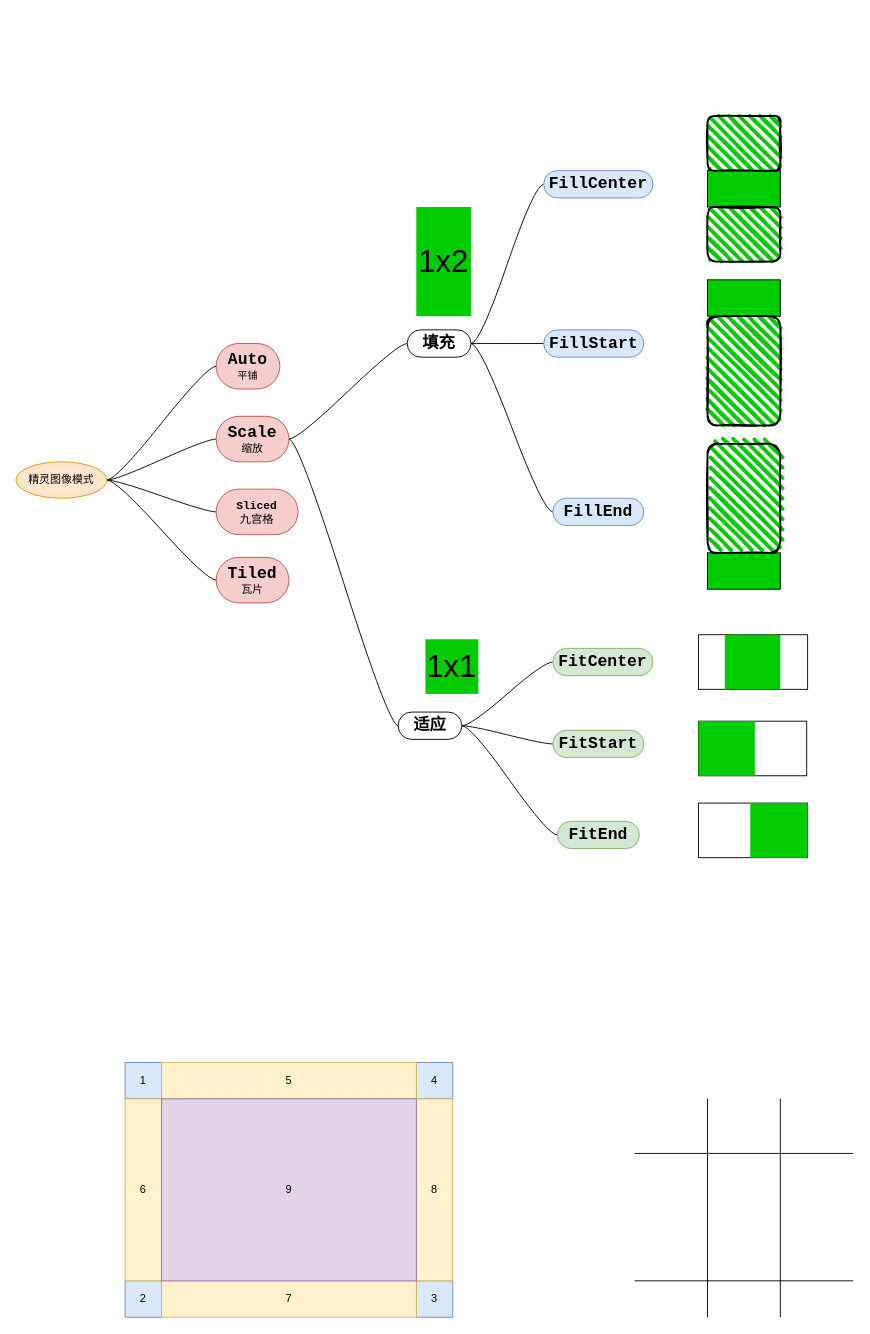
This is page "精灵的图像拉伸模式" (8 of 8) of bevy-0.17.drawio from topkg/graph, a draw.io file, before an edit. Source tidied: cells renumbered, new cells numbered last; positions are measured from the earlier drawing's top-left corner, leaving out a move shared by most shapes. Both pictures are drawn from the tidied source at 91%, with x=0, y=0 at pixel (15, 116).
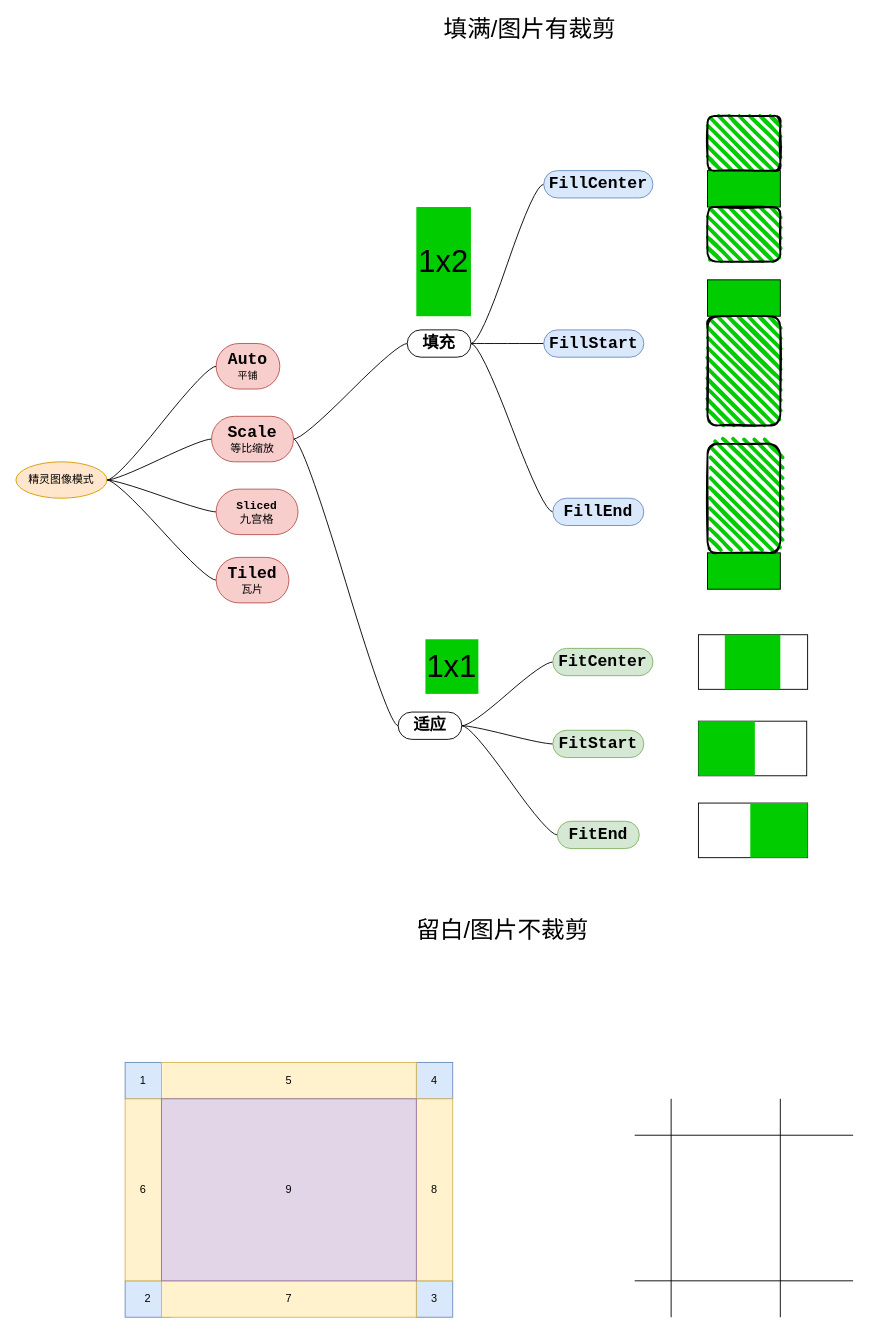
The same diagram, later.

What changed in the source:
```diff
@@
-    <mxCell id="26" value="&lt;h3 class=&quot;code-header&quot; style=&quot;box-sizing: border-box; scrollbar-width: initial; scrollbar-color: rgba(36, 37, 39, 0.6) rgb(217, 217, 217); font-size: 1.125rem; margin: 0px; padding: 0px; font-family: &amp;quot;Fira Mono&amp;quot;, monospace; white-space-collapse: preserve; text-align: left;&quot;&gt;Scale&lt;/h3&gt;&lt;div&gt;缩放&lt;/div&gt;" style="whiteSpace=wrap;html=1;rounded=1;arcSize=50;align=center;verticalAlign=middle;strokeWidth=1;spacing=4;newEdgeStyle={&quot;edgeStyle&quot;:&quot;entityRelationEdgeStyle&quot;,&quot;startArrow&quot;:&quot;none&quot;,&quot;endArrow&quot;:&quot;none&quot;,&quot;segment&quot;:10,&quot;curved&quot;:1,&quot;sourcePerimeterSpacing&quot;:0,&quot;targetPerimeterSpacing&quot;:0};fillColor=#f8cecc;strokeColor=#b85450;labelBackgroundColor=none;" parent="1" vertex="1">
-      <mxGeometry x="220" y="330" width="80" height="50" as="geometry" />
+    <mxCell id="26" value="&lt;h3 class=&quot;code-header&quot; style=&quot;box-sizing: border-box; scrollbar-width: initial; scrollbar-color: rgba(36, 37, 39, 0.6) rgb(217, 217, 217); font-size: 1.125rem; margin: 0px; padding: 0px; font-family: &amp;quot;Fira Mono&amp;quot;, monospace; white-space-collapse: preserve; text-align: left;&quot;&gt;Scale&lt;/h3&gt;&lt;div&gt;等比缩放&lt;/div&gt;" style="whiteSpace=wrap;html=1;rounded=1;arcSize=50;align=center;verticalAlign=middle;strokeWidth=1;spacing=4;newEdgeStyle={&quot;edgeStyle&quot;:&quot;entityRelationEdgeStyle&quot;,&quot;startArrow&quot;:&quot;none&quot;,&quot;endArrow&quot;:&quot;none&quot;,&quot;segment&quot;:10,&quot;curved&quot;:1,&quot;sourcePerimeterSpacing&quot;:0,&quot;targetPerimeterSpacing&quot;:0};fillColor=#f8cecc;strokeColor=#b85450;labelBackgroundColor=none;" parent="1" vertex="1">
+      <mxGeometry x="215" y="330" width="90" height="50" as="geometry" />
     </mxCell>
@@
     <mxCell id="43" value="2" style="rounded=0;whiteSpace=wrap;html=1;fillColor=#dae8fc;strokeColor=#6c8ebf;" parent="1" vertex="1">
-      <mxGeometry x="120" y="1280" width="40" height="40" as="geometry" />
+      <mxGeometry x="120" y="1280" width="50" height="40" as="geometry" />
     </mxCell>
@@
     <mxCell id="51" style="endArrow=none;html=1;rounded=0;" parent="1" edge="1">
       <mxGeometry relative="1" as="geometry">
-        <mxPoint x="760" y="1320" as="sourcePoint" />
-        <mxPoint x="760" y="1080" as="targetPoint" />
+        <mxPoint x="720" y="1320" as="sourcePoint" />
+        <mxPoint x="720" y="1080" as="targetPoint" />
       </mxGeometry>
     </mxCell>
@@
     <mxCell id="53" style="endArrow=none;html=1;rounded=0;" parent="1" edge="1">
       <mxGeometry relative="1" as="geometry">
-        <mxPoint x="920" y="1140" as="sourcePoint" />
-        <mxPoint x="680" y="1140" as="targetPoint" />
+        <mxPoint x="920" y="1120" as="sourcePoint" />
+        <mxPoint x="680" y="1120" as="targetPoint" />
       </mxGeometry>
     </mxCell>
@@
+    <mxCell id="55" value="&lt;font style=&quot;font-size: 26px;&quot;&gt;填满/图片有裁剪&lt;/font&gt;" style="text;html=1;whiteSpace=wrap;strokeColor=none;fillColor=none;align=center;verticalAlign=middle;rounded=0;" parent="1" vertex="1">
+      <mxGeometry x="400" y="-110" width="330" height="30" as="geometry" />
+    </mxCell>
+    <mxCell id="56" value="&lt;font style=&quot;font-size: 26px;&quot;&gt;留白/图片不裁剪&lt;/font&gt;" style="text;html=1;whiteSpace=wrap;strokeColor=none;fillColor=none;align=center;verticalAlign=middle;rounded=0;" parent="1" vertex="1">
+      <mxGeometry x="370" y="880" width="330" height="30" as="geometry" />
+    </mxCell>
```
